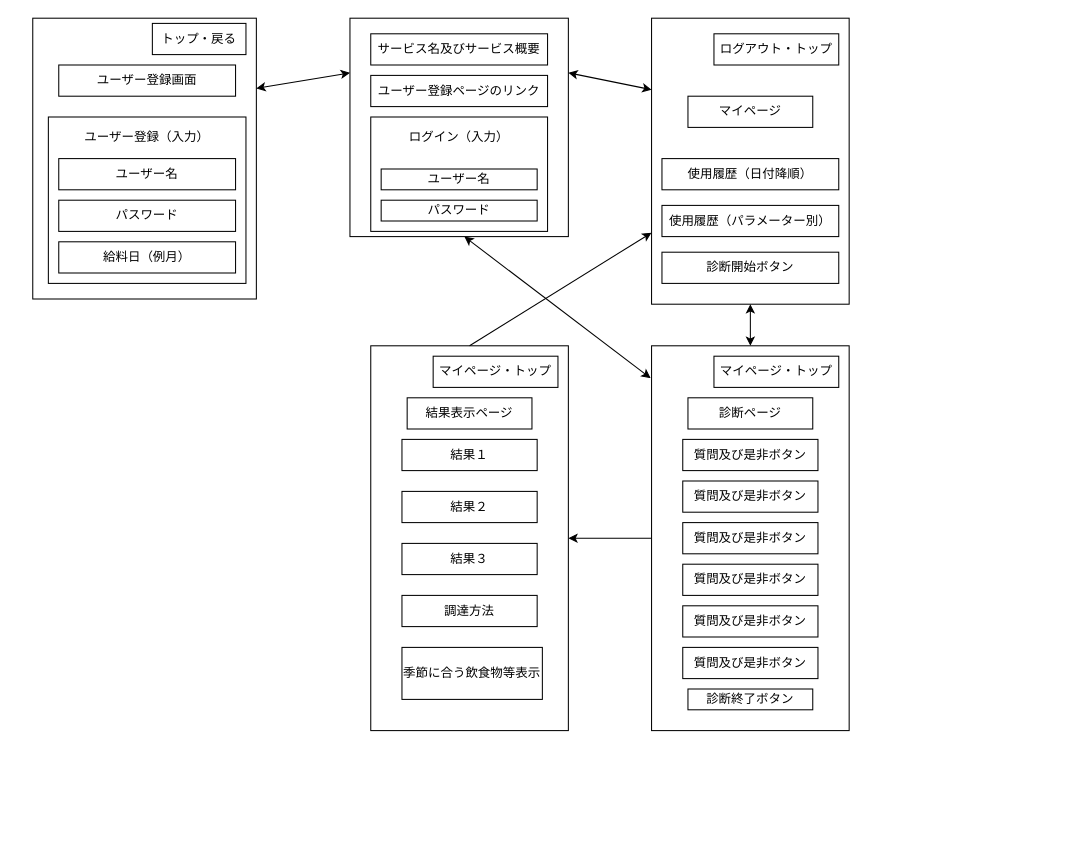
Before: page "画面遷移図" (1 of 2) of Untitled Diagram.drawio in da-chi-code/LSpair, a draw.io diagram. Source tidied: cells renumbered, new cells numbered last; positions are measured from the earlier drawing's top-left corner, leaving out a move shared by most shapes. Both pictures are drawn from the tidied source at 104%, with x=0, y=0 at pixel (32, 18).
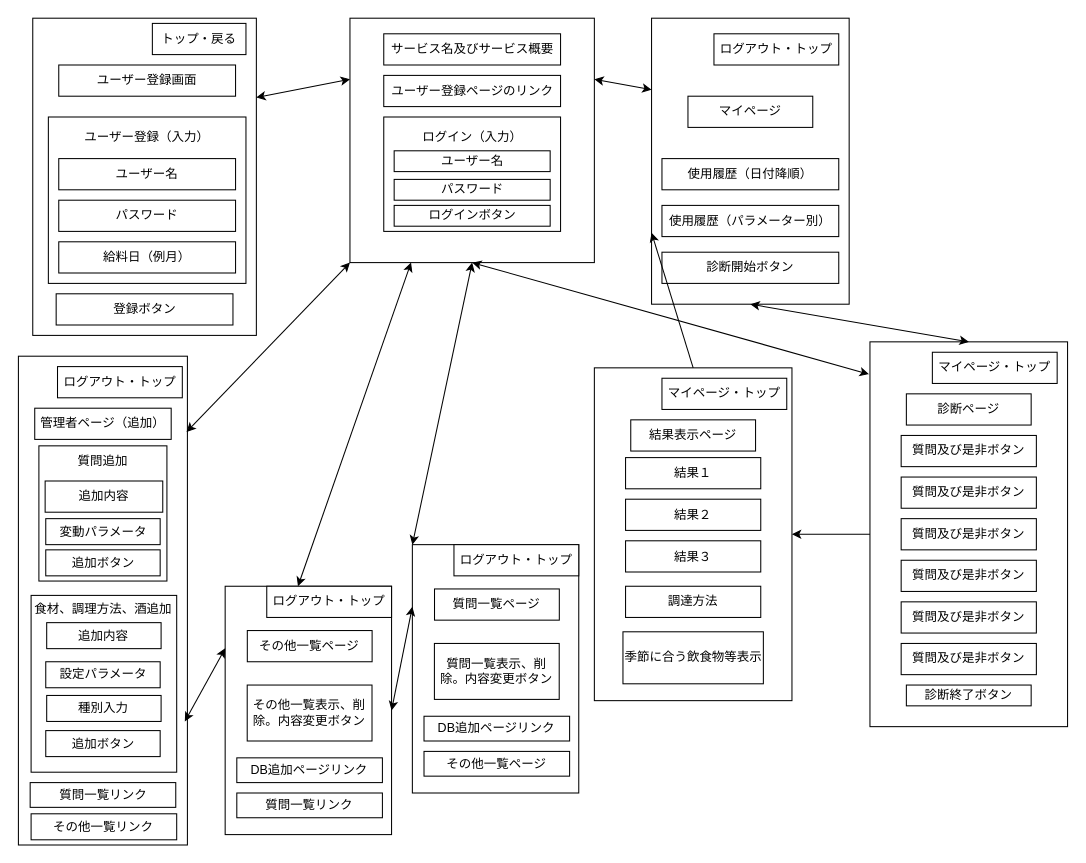
The same page after the edit.

What changed in the source:
```diff
@@
     <mxCell id="2" style="rounded=0;whiteSpace=wrap;html=1;" parent="1" vertex="1">
-      <mxGeometry width="215" height="270" as="geometry" />
+      <mxGeometry width="215" height="305" as="geometry" />
     </mxCell>
@@
     <mxCell id="8" style="whiteSpace=wrap;html=1;" parent="1" vertex="1">
-      <mxGeometry x="305" width="210" height="210" as="geometry" />
+      <mxGeometry x="305" width="235" height="235" as="geometry" />
     </mxCell>
     <mxCell id="9" value="サービス名及びサービス概要" style="rounded=0;whiteSpace=wrap;html=1;" parent="1" vertex="1">
-      <mxGeometry x="325" y="15" width="170" height="30" as="geometry" />
+      <mxGeometry x="337.5" y="15" width="170" height="30" as="geometry" />
     </mxCell>
@@
     <mxCell id="11" value="ユーザー登録ページのリンク" style="rounded=0;whiteSpace=wrap;html=1;" parent="1" vertex="1">
-      <mxGeometry x="325" y="55" width="170" height="30" as="geometry" />
+      <mxGeometry x="337.5" y="55" width="170" height="30" as="geometry" />
     </mxCell>
     <mxCell id="12" style="rounded=0;whiteSpace=wrap;html=1;" parent="1" vertex="1">
-      <mxGeometry x="325" y="95" width="170" height="110" as="geometry" />
+      <mxGeometry x="337.5" y="95" width="170" height="110" as="geometry" />
     </mxCell>
     <mxCell id="13" value="ユーザー名" style="rounded=0;whiteSpace=wrap;html=1;" parent="1" vertex="1">
-      <mxGeometry x="335" y="145" width="150" height="20" as="geometry" />
+      <mxGeometry x="347.5" y="127.5" width="150" height="20" as="geometry" />
     </mxCell>
     <mxCell id="14" value="パスワード" style="rounded=0;whiteSpace=wrap;html=1;" parent="1" vertex="1">
-      <mxGeometry x="335" y="175" width="150" height="20" as="geometry" />
+      <mxGeometry x="347.5" y="155" width="150" height="20" as="geometry" />
     </mxCell>
     <mxCell id="15" value="ログイン（入力）" style="text;html=1;strokeColor=none;fillColor=none;align=center;verticalAlign=middle;whiteSpace=wrap;rounded=0;" parent="1" vertex="1">
-      <mxGeometry x="335" y="105" width="150" height="20" as="geometry" />
+      <mxGeometry x="347.5" y="105" width="150" height="20" as="geometry" />
     </mxCell>
@@
-    <mxCell id="25" style="edgeStyle=orthogonalEdgeStyle;rounded=0;jettySize=auto;html=1;" parent="1" edge="1" source="26" target="38">
+    <mxCell id="25" style="edgeStyle=orthogonalEdgeStyle;rounded=0;jettySize=auto;html=1;entryX=1;entryY=0.5;entryDx=0;entryDy=0;" parent="1" edge="1" source="26" target="38">
       <mxGeometry relative="1" as="geometry" />
     </mxCell>
     <mxCell id="26" style="rounded=0;whiteSpace=wrap;html=1;" parent="1" vertex="1">
-      <mxGeometry x="595" y="315" width="190" height="370" as="geometry" />
+      <mxGeometry x="805" y="311.2" width="190" height="370" as="geometry" />
     </mxCell>
-    <mxCell id="27" style="endArrow=classic;startArrow=classic;html=1;exitX=1;exitY=0.25;exitDx=0;exitDy=0;entryX=-0.005;entryY=0.084;entryDx=0;entryDy=0;entryPerimeter=0;" parent="1" edge="1" target="26">
-      <mxGeometry relative="1" as="geometry">
-        <mxPoint x="415" y="210" as="sourcePoint" />
-      </mxGeometry>
+    <mxCell id="27" style="endArrow=classic;startArrow=classic;html=1;exitX=0.5;exitY=1;exitDx=0;exitDy=0;entryX=-0.005;entryY=0.084;entryDx=0;entryDy=0;entryPerimeter=0;" parent="1" edge="1" source="8" target="26">
+      <mxGeometry relative="1" as="geometry" />
     </mxCell>
     <mxCell id="28" value="診断ページ" style="rounded=0;whiteSpace=wrap;html=1;" parent="1" vertex="1">
-      <mxGeometry x="630" y="365" width="120" height="30" as="geometry" />
+      <mxGeometry x="840" y="361.2" width="120" height="30" as="geometry" />
     </mxCell>
     <mxCell id="29" value="質問及び是非ボタン" style="rounded=0;whiteSpace=wrap;html=1;" parent="1" vertex="1">
-      <mxGeometry x="625" y="405" width="130" height="30" as="geometry" />
+      <mxGeometry x="835" y="401.2" width="130" height="30" as="geometry" />
     </mxCell>
     <mxCell id="30" value="質問及び是非ボタン" style="rounded=0;whiteSpace=wrap;html=1;" parent="1" vertex="1">
-      <mxGeometry x="625" y="445" width="130" height="30" as="geometry" />
+      <mxGeometry x="835" y="441.2" width="130" height="30" as="geometry" />
     </mxCell>
     <mxCell id="31" value="質問及び是非ボタン" style="rounded=0;whiteSpace=wrap;html=1;" parent="1" vertex="1">
-      <mxGeometry x="625" y="525" width="130" height="30" as="geometry" />
+      <mxGeometry x="835" y="521.2" width="130" height="30" as="geometry" />
     </mxCell>
     <mxCell id="32" value="質問及び是非ボタン" style="rounded=0;whiteSpace=wrap;html=1;" parent="1" vertex="1">
-      <mxGeometry x="625" y="485" width="130" height="30" as="geometry" />
+      <mxGeometry x="835" y="481.2" width="130" height="30" as="geometry" />
     </mxCell>
     <mxCell id="33" value="質問及び是非ボタン" style="rounded=0;whiteSpace=wrap;html=1;" parent="1" vertex="1">
-      <mxGeometry x="625" y="565" width="130" height="30" as="geometry" />
+      <mxGeometry x="835" y="561.2" width="130" height="30" as="geometry" />
     </mxCell>
     <mxCell id="34" value="質問及び是非ボタン" style="rounded=0;whiteSpace=wrap;html=1;" parent="1" vertex="1">
-      <mxGeometry x="625" y="605" width="130" height="30" as="geometry" />
+      <mxGeometry x="835" y="601.2" width="130" height="30" as="geometry" />
     </mxCell>
     <mxCell id="35" value="診断終了ボタン" style="rounded=0;whiteSpace=wrap;html=1;" parent="1" vertex="1">
-      <mxGeometry x="630" y="645" width="120" height="20" as="geometry" />
+      <mxGeometry x="840" y="641.2" width="120" height="20" as="geometry" />
     </mxCell>
     <mxCell id="36" value="マイページ・トップ" style="rounded=0;whiteSpace=wrap;html=1;" parent="1" vertex="1">
-      <mxGeometry x="655" y="325" width="120" height="30" as="geometry" />
+      <mxGeometry x="865" y="321.2" width="120" height="30" as="geometry" />
     </mxCell>
@@
     <mxCell id="38" style="rounded=0;whiteSpace=wrap;html=1;" parent="1" vertex="1">
-      <mxGeometry x="325" y="315" width="190" height="370" as="geometry" />
+      <mxGeometry x="540" y="336.2" width="190" height="320" as="geometry" />
     </mxCell>
     <mxCell id="39" value="マイページ・トップ" style="rounded=0;whiteSpace=wrap;html=1;" parent="1" vertex="1">
-      <mxGeometry x="385" y="325" width="120" height="30" as="geometry" />
+      <mxGeometry x="605" y="346.2" width="120" height="30" as="geometry" />
     </mxCell>
     <mxCell id="40" value="結果表示ページ" style="rounded=0;whiteSpace=wrap;html=1;" parent="1" vertex="1">
-      <mxGeometry x="360" y="365" width="120" height="30" as="geometry" />
+      <mxGeometry x="575" y="386.2" width="120" height="30" as="geometry" />
     </mxCell>
     <mxCell id="41" value="結果１" style="rounded=0;whiteSpace=wrap;html=1;" parent="1" vertex="1">
-      <mxGeometry x="355" y="405" width="130" height="30" as="geometry" />
+      <mxGeometry x="570" y="422.5" width="130" height="30" as="geometry" />
     </mxCell>
     <mxCell id="42" value="結果２" style="rounded=0;whiteSpace=wrap;html=1;" parent="1" vertex="1">
-      <mxGeometry x="355" y="455" width="130" height="30" as="geometry" />
+      <mxGeometry x="570" y="462.5" width="130" height="30" as="geometry" />
     </mxCell>
     <mxCell id="43" value="結果３" style="rounded=0;whiteSpace=wrap;html=1;" parent="1" vertex="1">
-      <mxGeometry x="355" y="505" width="130" height="30" as="geometry" />
+      <mxGeometry x="570" y="502.5" width="130" height="30" as="geometry" />
     </mxCell>
     <mxCell id="44" value="調達方法" style="rounded=0;whiteSpace=wrap;html=1;" parent="1" vertex="1">
-      <mxGeometry x="355" y="555" width="130" height="30" as="geometry" />
+      <mxGeometry x="570" y="546.2" width="130" height="30" as="geometry" />
     </mxCell>
     <mxCell id="45" value="季節に合う飲食物等表示" style="rounded=0;whiteSpace=wrap;html=1;" parent="1" vertex="1">
-      <mxGeometry x="355" y="605" width="135" height="50" as="geometry" />
+      <mxGeometry x="567.5" y="590" width="135" height="50" as="geometry" />
     </mxCell>
@@
+    <mxCell id="47" value="登録ボタン" style="rounded=0;whiteSpace=wrap;html=1;" parent="1" vertex="1">
+      <mxGeometry x="22.5" y="265" width="170" height="30" as="geometry" />
+    </mxCell>
+    <mxCell id="48" value="ログインボタン" style="rounded=0;whiteSpace=wrap;html=1;" parent="1" vertex="1">
+      <mxGeometry x="347.5" y="180" width="150" height="20" as="geometry" />
+    </mxCell>
+    <mxCell id="49" style="rounded=0;whiteSpace=wrap;html=1;" parent="1" vertex="1">
+      <mxGeometry x="-13.8" y="325" width="162.5" height="470" as="geometry" />
+    </mxCell>
+    <mxCell id="50" value="管理者ページ（追加）" style="rounded=0;whiteSpace=wrap;html=1;" parent="1" vertex="1">
+      <mxGeometry x="1.9" y="375" width="131.2" height="30" as="geometry" />
+    </mxCell>
+    <mxCell id="51" style="endArrow=classic;startArrow=classic;html=1;exitX=0;exitY=1;exitDx=0;exitDy=0;entryX=0.995;entryY=0.155;entryDx=0;entryDy=0;entryPerimeter=0;" parent="1" edge="1" source="8" target="49">
+      <mxGeometry relative="1" as="geometry" />
+    </mxCell>
+    <mxCell id="52" value="質問追加&lt;br&gt;&lt;br&gt;&lt;br&gt;&lt;br&gt;&lt;br&gt;&lt;br&gt;&lt;br&gt;&lt;br&gt;" style="rounded=0;whiteSpace=wrap;html=1;" parent="1" vertex="1">
+      <mxGeometry x="5.9" y="411.2" width="123.1" height="130" as="geometry" />
+    </mxCell>
+    <mxCell id="53" value="追加内容" style="rounded=0;whiteSpace=wrap;html=1;" parent="1" vertex="1">
+      <mxGeometry x="11.9" y="445" width="113.1" height="30" as="geometry" />
+    </mxCell>
+    <mxCell id="54" value="変動パラメータ" style="rounded=0;whiteSpace=wrap;html=1;" parent="1" vertex="1">
+      <mxGeometry x="12.5" y="481.2" width="110" height="25" as="geometry" />
+    </mxCell>
+    <mxCell id="55" value="追加ボタン" style="rounded=0;whiteSpace=wrap;html=1;" parent="1" vertex="1">
+      <mxGeometry x="12.5" y="511.2" width="110" height="25" as="geometry" />
+    </mxCell>
+    <mxCell id="56" value="食材、調理方法、酒追加&lt;br&gt;&lt;br&gt;&lt;br&gt;&lt;br&gt;&lt;br&gt;&lt;br&gt;&lt;br&gt;&lt;br&gt;&lt;br&gt;&lt;br&gt;&lt;br&gt;" style="rounded=0;whiteSpace=wrap;html=1;" parent="1" vertex="1">
+      <mxGeometry x="-1.6" y="555" width="140" height="170" as="geometry" />
+    </mxCell>
+    <mxCell id="57" value="追加内容" style="rounded=0;whiteSpace=wrap;html=1;" parent="1" vertex="1">
+      <mxGeometry x="13.4" y="581.2" width="110" height="25" as="geometry" />
+    </mxCell>
+    <mxCell id="58" value="設定パラメータ" style="rounded=0;whiteSpace=wrap;html=1;" parent="1" vertex="1">
+      <mxGeometry x="12.5" y="618.8" width="110" height="25" as="geometry" />
+    </mxCell>
+    <mxCell id="59" value="種別入力" style="rounded=0;whiteSpace=wrap;html=1;" parent="1" vertex="1">
+      <mxGeometry x="13.4" y="651.2" width="110" height="25" as="geometry" />
+    </mxCell>
+    <mxCell id="60" value="追加ボタン" style="rounded=0;whiteSpace=wrap;html=1;" parent="1" vertex="1">
+      <mxGeometry x="12.5" y="685" width="110" height="25" as="geometry" />
+    </mxCell>
+    <mxCell id="61" value="ログアウト・トップ" style="rounded=0;whiteSpace=wrap;html=1;" parent="1" vertex="1">
+      <mxGeometry x="23.8" y="335" width="120" height="30" as="geometry" />
+    </mxCell>
+    <mxCell id="62" style="rounded=0;whiteSpace=wrap;html=1;" parent="1" vertex="1">
+      <mxGeometry x="185" y="546.2" width="160" height="238.8" as="geometry" />
+    </mxCell>
+    <mxCell id="63" value="質問一覧リンク" style="rounded=0;whiteSpace=wrap;html=1;" parent="1" vertex="1">
+      <mxGeometry x="-2.5" y="735" width="140" height="23.8" as="geometry" />
+    </mxCell>
+    <mxCell id="64" value="その他一覧リンク" style="rounded=0;whiteSpace=wrap;html=1;" parent="1" vertex="1">
+      <mxGeometry x="-1.6" y="765" width="140" height="25" as="geometry" />
+    </mxCell>
+    <mxCell id="65" value="DB追加ページリンク" style="rounded=0;whiteSpace=wrap;html=1;" parent="1" vertex="1">
+      <mxGeometry x="196.2" y="711.2" width="140" height="23.8" as="geometry" />
+    </mxCell>
+    <mxCell id="66" value="質問一覧リンク" style="rounded=0;whiteSpace=wrap;html=1;" parent="1" vertex="1">
+      <mxGeometry x="196.2" y="745" width="140" height="23.8" as="geometry" />
+    </mxCell>
+    <mxCell id="67" value="ログアウト・トップ" style="rounded=0;whiteSpace=wrap;html=1;" parent="1" vertex="1">
+      <mxGeometry x="225" y="546.2" width="120" height="30" as="geometry" />
+    </mxCell>
+    <mxCell id="68" value="その他一覧ページ" style="rounded=0;whiteSpace=wrap;html=1;" parent="1" vertex="1">
+      <mxGeometry x="206.3" y="588.8" width="120" height="30" as="geometry" />
+    </mxCell>
+    <mxCell id="69" value="その他一覧表示、削除。内容変更ボタン" style="rounded=0;whiteSpace=wrap;html=1;" parent="1" vertex="1">
+      <mxGeometry x="206.2" y="641.2" width="120" height="53.8" as="geometry" />
+    </mxCell>
+    <mxCell id="70" style="rounded=0;whiteSpace=wrap;html=1;" parent="1" vertex="1">
+      <mxGeometry x="365" y="506.2" width="160" height="238.8" as="geometry" />
+    </mxCell>
+    <mxCell id="71" value="DB追加ページリンク" style="rounded=0;whiteSpace=wrap;html=1;" parent="1" vertex="1">
+      <mxGeometry x="376.2" y="671.2" width="140" height="23.8" as="geometry" />
+    </mxCell>
+    <mxCell id="72" value="その他一覧ページ" style="rounded=0;whiteSpace=wrap;html=1;" parent="1" vertex="1">
+      <mxGeometry x="376.2" y="705" width="140" height="23.8" as="geometry" />
+    </mxCell>
+    <mxCell id="73" value="ログアウト・トップ" style="rounded=0;whiteSpace=wrap;html=1;" parent="1" vertex="1">
+      <mxGeometry x="405" y="506.2" width="120" height="30" as="geometry" />
+    </mxCell>
+    <mxCell id="74" value="質問一覧ページ" style="rounded=0;whiteSpace=wrap;html=1;" parent="1" vertex="1">
+      <mxGeometry x="386.3" y="548.8" width="120" height="30" as="geometry" />
+    </mxCell>
+    <mxCell id="75" value="質問一覧表示、削除。内容変更ボタン" style="rounded=0;whiteSpace=wrap;html=1;" parent="1" vertex="1">
+      <mxGeometry x="386.2" y="601.2" width="120" height="53.8" as="geometry" />
+    </mxCell>
+    <mxCell id="76" style="endArrow=classic;startArrow=classic;html=1;entryX=0;entryY=0.25;entryDx=0;entryDy=0;" parent="1" edge="1" target="62">
+      <mxGeometry relative="1" as="geometry">
+        <mxPoint x="146.2" y="676.2" as="sourcePoint" />
+      </mxGeometry>
+    </mxCell>
+    <mxCell id="77" style="endArrow=classic;startArrow=classic;html=1;exitX=1;exitY=0.5;exitDx=0;exitDy=0;entryX=0;entryY=0.25;entryDx=0;entryDy=0;" parent="1" edge="1" source="62" target="70">
+      <mxGeometry relative="1" as="geometry" />
+    </mxCell>
+    <mxCell id="78" style="endArrow=classic;startArrow=classic;html=1;exitX=0.25;exitY=1;exitDx=0;exitDy=0;entryX=0.25;entryY=0;entryDx=0;entryDy=0;" parent="1" edge="1" source="8" target="67">
+      <mxGeometry relative="1" as="geometry" />
+    </mxCell>
+    <mxCell id="79" style="endArrow=classic;startArrow=classic;html=1;exitX=0.5;exitY=1;exitDx=0;exitDy=0;entryX=0;entryY=0;entryDx=0;entryDy=0;" parent="1" edge="1" source="8" target="70">
+      <mxGeometry relative="1" as="geometry" />
+    </mxCell>
```
